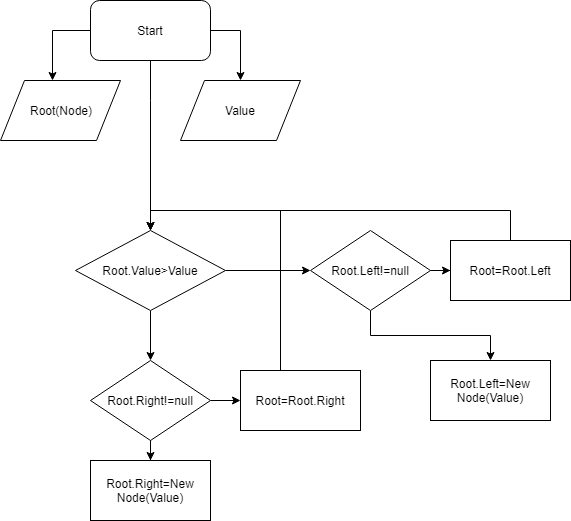
Before: Untitled Diagram.png, a diagram exported from draw.io (dev-null-undefined/Programing). Source tidied: cells renumbered, new cells last; positions are measured from the earlier drawing's top-left corner, leaving out a move shared by most shapes. Its diagram source:
```xml
<mxGraphModel background="#ffffff">
  <root>
    <mxCell id="0" />
    <mxCell id="1" parent="0" />
    <mxCell id="2" style="edgeStyle=orthogonalEdgeStyle;rounded=0;jettySize=auto;html=1;exitX=0;exitY=0.5;exitDx=0;exitDy=0;entryX=0.433;entryY=0;entryDx=0;entryDy=0;entryPerimeter=0;" parent="1" edge="1" source="5" target="6">
      <mxGeometry relative="1" as="geometry" />
    </mxCell>
    <mxCell id="3" style="edgeStyle=orthogonalEdgeStyle;rounded=0;jettySize=auto;html=1;entryX=0.5;entryY=0;entryDx=0;entryDy=0;" parent="1" edge="1" source="5" target="7">
      <mxGeometry relative="1" as="geometry">
        <Array as="points">
          <mxPoint x="240" y="30" />
        </Array>
      </mxGeometry>
    </mxCell>
    <mxCell id="4" style="edgeStyle=orthogonalEdgeStyle;rounded=0;jettySize=auto;html=1;entryX=0.5;entryY=0;entryDx=0;entryDy=0;" parent="1" edge="1" source="5" target="10">
      <mxGeometry relative="1" as="geometry">
        <Array as="points">
          <mxPoint x="150" y="100" />
          <mxPoint x="150" y="100" />
        </Array>
      </mxGeometry>
    </mxCell>
    <mxCell id="5" value="Start" style="rounded=1;whiteSpace=wrap;html=1;" parent="1" vertex="1">
      <mxGeometry x="90" width="120" height="60" as="geometry" />
    </mxCell>
    <mxCell id="6" value="Root(Node)" style="shape=parallelogram;perimeter=parallelogramPerimeter;whiteSpace=wrap;html=1;" parent="1" vertex="1">
      <mxGeometry y="80" width="120" height="60" as="geometry" />
    </mxCell>
    <mxCell id="7" value="Value" style="shape=parallelogram;perimeter=parallelogramPerimeter;whiteSpace=wrap;html=1;" parent="1" vertex="1">
      <mxGeometry x="180" y="80" width="120" height="60" as="geometry" />
    </mxCell>
    <mxCell id="8" style="edgeStyle=orthogonalEdgeStyle;rounded=0;jettySize=auto;html=1;" parent="1" edge="1" source="10" target="13">
      <mxGeometry relative="1" as="geometry" />
    </mxCell>
    <mxCell id="9" style="edgeStyle=orthogonalEdgeStyle;rounded=0;jettySize=auto;html=1;entryX=0.5;entryY=0;entryDx=0;entryDy=0;" parent="1" edge="1" source="10" target="19">
      <mxGeometry relative="1" as="geometry" />
    </mxCell>
    <mxCell id="10" value="Root.Value&amp;gt;Value" style="rhombus;whiteSpace=wrap;html=1;" parent="1" vertex="1">
      <mxGeometry x="75" y="230" width="150" height="80" as="geometry" />
    </mxCell>
    <mxCell id="11" style="edgeStyle=orthogonalEdgeStyle;rounded=0;jettySize=auto;html=1;exitX=1;exitY=0.5;exitDx=0;exitDy=0;" parent="1" edge="1" source="13" target="15">
      <mxGeometry relative="1" as="geometry" />
    </mxCell>
    <mxCell id="12" style="edgeStyle=orthogonalEdgeStyle;rounded=0;jettySize=auto;html=1;exitX=0.5;exitY=1;exitDx=0;exitDy=0;entryX=0.5;entryY=0;entryDx=0;entryDy=0;" parent="1" edge="1" source="13" target="16">
      <mxGeometry relative="1" as="geometry" />
    </mxCell>
    <mxCell id="13" value="Root.Left!=null" style="rhombus;whiteSpace=wrap;html=1;" parent="1" vertex="1">
      <mxGeometry x="310" y="230" width="120" height="80" as="geometry" />
    </mxCell>
    <mxCell id="14" style="edgeStyle=orthogonalEdgeStyle;rounded=0;jettySize=auto;html=1;entryX=0.5;entryY=0;entryDx=0;entryDy=0;" parent="1" edge="1" source="15" target="10">
      <mxGeometry relative="1" as="geometry">
        <Array as="points">
          <mxPoint x="510" y="210" />
          <mxPoint x="150" y="210" />
        </Array>
      </mxGeometry>
    </mxCell>
    <mxCell id="15" value="Root=Root.Left" style="rounded=0;whiteSpace=wrap;html=1;" parent="1" vertex="1">
      <mxGeometry x="450" y="240" width="120" height="60" as="geometry" />
    </mxCell>
    <mxCell id="16" value="Root.Left=New Node(Value)" style="rounded=0;whiteSpace=wrap;html=1;" parent="1" vertex="1">
      <mxGeometry x="430" y="360" width="120" height="60" as="geometry" />
    </mxCell>
    <mxCell id="17" style="edgeStyle=orthogonalEdgeStyle;rounded=0;jettySize=auto;html=1;entryX=0;entryY=0.5;entryDx=0;entryDy=0;" parent="1" edge="1" source="19" target="21">
      <mxGeometry relative="1" as="geometry" />
    </mxCell>
    <mxCell id="18" style="edgeStyle=orthogonalEdgeStyle;rounded=0;jettySize=auto;html=1;" parent="1" edge="1" source="19" target="22">
      <mxGeometry relative="1" as="geometry" />
    </mxCell>
    <mxCell id="19" value="Root.Right!=null" style="rhombus;whiteSpace=wrap;html=1;" parent="1" vertex="1">
      <mxGeometry x="90" y="360" width="120" height="80" as="geometry" />
    </mxCell>
    <mxCell id="20" style="edgeStyle=orthogonalEdgeStyle;rounded=0;jettySize=auto;html=1;entryX=0.5;entryY=0;entryDx=0;entryDy=0;" parent="1" edge="1" source="21" target="10">
      <mxGeometry relative="1" as="geometry">
        <Array as="points">
          <mxPoint x="280" y="210" />
          <mxPoint x="150" y="210" />
        </Array>
      </mxGeometry>
    </mxCell>
    <mxCell id="21" value="Root=Root.Right" style="rounded=0;whiteSpace=wrap;html=1;" parent="1" vertex="1">
      <mxGeometry x="240" y="370" width="120" height="60" as="geometry" />
    </mxCell>
    <mxCell id="22" value="Root.Right=New Node(Value)" style="rounded=0;whiteSpace=wrap;html=1;" parent="1" vertex="1">
      <mxGeometry x="90" y="460" width="120" height="60" as="geometry" />
    </mxCell>
  </root>
</mxGraphModel>
```
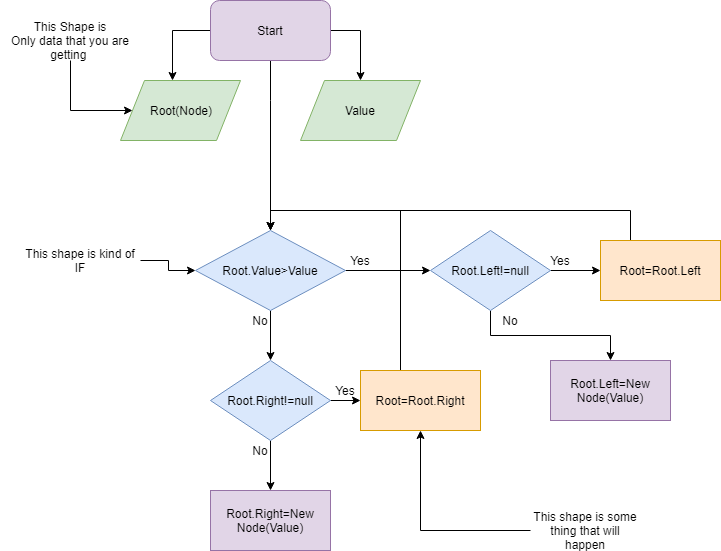
After the commit.

The edit, as a diff of the source:
```diff
@@ -20,13 +20,13 @@
         </Array>
       </mxGeometry>
     </mxCell>
-    <mxCell id="5" value="Start" style="rounded=1;whiteSpace=wrap;html=1;" parent="1" vertex="1">
+    <mxCell id="5" value="Start" style="rounded=1;whiteSpace=wrap;html=1;fillColor=#e1d5e7;strokeColor=#9673a6;" parent="1" vertex="1">
       <mxGeometry x="90" width="120" height="60" as="geometry" />
     </mxCell>
-    <mxCell id="6" value="Root(Node)" style="shape=parallelogram;perimeter=parallelogramPerimeter;whiteSpace=wrap;html=1;" parent="1" vertex="1">
+    <mxCell id="6" value="Root(Node)" style="shape=parallelogram;perimeter=parallelogramPerimeter;whiteSpace=wrap;html=1;fillColor=#d5e8d4;strokeColor=#82b366;" parent="1" vertex="1">
       <mxGeometry y="80" width="120" height="60" as="geometry" />
     </mxCell>
-    <mxCell id="7" value="Value" style="shape=parallelogram;perimeter=parallelogramPerimeter;whiteSpace=wrap;html=1;" parent="1" vertex="1">
+    <mxCell id="7" value="Value" style="shape=parallelogram;perimeter=parallelogramPerimeter;whiteSpace=wrap;html=1;fillColor=#d5e8d4;strokeColor=#82b366;" parent="1" vertex="1">
       <mxGeometry x="180" y="80" width="120" height="60" as="geometry" />
     </mxCell>
     <mxCell id="8" style="edgeStyle=orthogonalEdgeStyle;rounded=0;jettySize=auto;html=1;" parent="1" edge="1" source="10" target="13">
@@ -35,7 +35,7 @@
     <mxCell id="9" style="edgeStyle=orthogonalEdgeStyle;rounded=0;jettySize=auto;html=1;entryX=0.5;entryY=0;entryDx=0;entryDy=0;" parent="1" edge="1" source="10" target="19">
       <mxGeometry relative="1" as="geometry" />
     </mxCell>
-    <mxCell id="10" value="Root.Value&amp;gt;Value" style="rhombus;whiteSpace=wrap;html=1;" parent="1" vertex="1">
+    <mxCell id="10" value="Root.Value&amp;gt;Value" style="rhombus;whiteSpace=wrap;html=1;fillColor=#dae8fc;strokeColor=#6c8ebf;" parent="1" vertex="1">
       <mxGeometry x="75" y="230" width="150" height="80" as="geometry" />
     </mxCell>
     <mxCell id="11" style="edgeStyle=orthogonalEdgeStyle;rounded=0;jettySize=auto;html=1;exitX=1;exitY=0.5;exitDx=0;exitDy=0;" parent="1" edge="1" source="13" target="15">
@@ -44,7 +44,7 @@
     <mxCell id="12" style="edgeStyle=orthogonalEdgeStyle;rounded=0;jettySize=auto;html=1;exitX=0.5;exitY=1;exitDx=0;exitDy=0;entryX=0.5;entryY=0;entryDx=0;entryDy=0;" parent="1" edge="1" source="13" target="16">
       <mxGeometry relative="1" as="geometry" />
     </mxCell>
-    <mxCell id="13" value="Root.Left!=null" style="rhombus;whiteSpace=wrap;html=1;" parent="1" vertex="1">
+    <mxCell id="13" value="Root.Left!=null" style="rhombus;whiteSpace=wrap;html=1;fillColor=#dae8fc;strokeColor=#6c8ebf;" parent="1" vertex="1">
       <mxGeometry x="310" y="230" width="120" height="80" as="geometry" />
     </mxCell>
     <mxCell id="14" style="edgeStyle=orthogonalEdgeStyle;rounded=0;jettySize=auto;html=1;entryX=0.5;entryY=0;entryDx=0;entryDy=0;" parent="1" edge="1" source="15" target="10">
@@ -55,10 +55,10 @@
         </Array>
       </mxGeometry>
     </mxCell>
-    <mxCell id="15" value="Root=Root.Left" style="rounded=0;whiteSpace=wrap;html=1;" parent="1" vertex="1">
-      <mxGeometry x="450" y="240" width="120" height="60" as="geometry" />
+    <mxCell id="15" value="Root=Root.Left" style="rounded=0;whiteSpace=wrap;html=1;fillColor=#ffe6cc;strokeColor=#d79b00;" parent="1" vertex="1">
+      <mxGeometry x="480" y="240" width="120" height="60" as="geometry" />
     </mxCell>
-    <mxCell id="16" value="Root.Left=New Node(Value)" style="rounded=0;whiteSpace=wrap;html=1;" parent="1" vertex="1">
+    <mxCell id="16" value="Root.Left=New Node(Value)" style="rounded=0;whiteSpace=wrap;html=1;fillColor=#e1d5e7;strokeColor=#9673a6;" parent="1" vertex="1">
       <mxGeometry x="430" y="360" width="120" height="60" as="geometry" />
     </mxCell>
     <mxCell id="17" style="edgeStyle=orthogonalEdgeStyle;rounded=0;jettySize=auto;html=1;entryX=0;entryY=0.5;entryDx=0;entryDy=0;" parent="1" edge="1" source="19" target="21">
@@ -67,7 +67,7 @@
     <mxCell id="18" style="edgeStyle=orthogonalEdgeStyle;rounded=0;jettySize=auto;html=1;" parent="1" edge="1" source="19" target="22">
       <mxGeometry relative="1" as="geometry" />
     </mxCell>
-    <mxCell id="19" value="Root.Right!=null" style="rhombus;whiteSpace=wrap;html=1;" parent="1" vertex="1">
+    <mxCell id="19" value="Root.Right!=null" style="rhombus;whiteSpace=wrap;html=1;fillColor=#dae8fc;strokeColor=#6c8ebf;" parent="1" vertex="1">
       <mxGeometry x="90" y="360" width="120" height="80" as="geometry" />
     </mxCell>
     <mxCell id="20" style="edgeStyle=orthogonalEdgeStyle;rounded=0;jettySize=auto;html=1;entryX=0.5;entryY=0;entryDx=0;entryDy=0;" parent="1" edge="1" source="21" target="10">
@@ -78,11 +78,51 @@
         </Array>
       </mxGeometry>
     </mxCell>
-    <mxCell id="21" value="Root=Root.Right" style="rounded=0;whiteSpace=wrap;html=1;" parent="1" vertex="1">
+    <mxCell id="21" value="Root=Root.Right" style="rounded=0;whiteSpace=wrap;html=1;fillColor=#ffe6cc;strokeColor=#d79b00;" parent="1" vertex="1">
       <mxGeometry x="240" y="370" width="120" height="60" as="geometry" />
     </mxCell>
-    <mxCell id="22" value="Root.Right=New Node(Value)" style="rounded=0;whiteSpace=wrap;html=1;" parent="1" vertex="1">
-      <mxGeometry x="90" y="460" width="120" height="60" as="geometry" />
+    <mxCell id="22" value="Root.Right=New Node(Value)" style="rounded=0;whiteSpace=wrap;html=1;fillColor=#e1d5e7;strokeColor=#9673a6;" parent="1" vertex="1">
+      <mxGeometry x="90" y="490" width="120" height="60" as="geometry" />
     </mxCell>
+    <mxCell id="23" value="Yes&lt;br&gt;" style="text;html=1;strokeColor=none;fillColor=none;align=center;verticalAlign=middle;whiteSpace=wrap;rounded=0;" parent="1" vertex="1">
+      <mxGeometry x="220" y="250" width="40" height="20" as="geometry" />
+    </mxCell>
+    <mxCell id="24" value="No&lt;br&gt;" style="text;html=1;strokeColor=none;fillColor=none;align=center;verticalAlign=middle;whiteSpace=wrap;rounded=0;" parent="1" vertex="1">
+      <mxGeometry x="120" y="310" width="40" height="20" as="geometry" />
+    </mxCell>
+    <mxCell id="25" value="Yes&lt;br&gt;" style="text;html=1;strokeColor=none;fillColor=none;align=center;verticalAlign=middle;whiteSpace=wrap;rounded=0;" parent="1" vertex="1">
+      <mxGeometry x="205" y="380" width="40" height="20" as="geometry" />
+    </mxCell>
+    <mxCell id="26" value="No&lt;br&gt;" style="text;html=1;strokeColor=none;fillColor=none;align=center;verticalAlign=middle;whiteSpace=wrap;rounded=0;" parent="1" vertex="1">
+      <mxGeometry x="120" y="440" width="40" height="20" as="geometry" />
+    </mxCell>
+    <mxCell id="27" value="Yes&lt;br&gt;" style="text;html=1;strokeColor=none;fillColor=none;align=center;verticalAlign=middle;whiteSpace=wrap;rounded=0;" parent="1" vertex="1">
+      <mxGeometry x="420" y="250" width="40" height="20" as="geometry" />
+    </mxCell>
+    <mxCell id="28" value="No&lt;br&gt;" style="text;html=1;strokeColor=none;fillColor=none;align=center;verticalAlign=middle;whiteSpace=wrap;rounded=0;" parent="1" vertex="1">
+      <mxGeometry x="370" y="310" width="40" height="20" as="geometry" />
+    </mxCell>
+    <mxCell id="29" style="edgeStyle=orthogonalEdgeStyle;rounded=0;jettySize=auto;html=1;entryX=0;entryY=0.5;entryDx=0;entryDy=0;" parent="1" edge="1" source="30" target="6">
+      <mxGeometry relative="1" as="geometry">
+        <Array as="points">
+          <mxPoint x="-50" y="110" />
+        </Array>
+      </mxGeometry>
+    </mxCell>
+    <mxCell id="30" value="This Shape is&lt;br&gt;Only data that you are getting&amp;nbsp;" style="text;html=1;strokeColor=none;fillColor=none;align=center;verticalAlign=middle;whiteSpace=wrap;rounded=0;" parent="1" vertex="1">
+      <mxGeometry x="-120" y="20" width="140" height="40" as="geometry" />
+    </mxCell>
+    <mxCell id="31" style="edgeStyle=orthogonalEdgeStyle;rounded=0;jettySize=auto;html=1;entryX=0;entryY=0.5;entryDx=0;entryDy=0;" parent="1" edge="1" source="32" target="10">
+      <mxGeometry relative="1" as="geometry" />
+    </mxCell>
+    <mxCell id="32" value="This shape is kind of IF" style="text;html=1;strokeColor=none;fillColor=none;align=center;verticalAlign=middle;whiteSpace=wrap;rounded=0;" parent="1" vertex="1">
+      <mxGeometry x="-100" y="250" width="120" height="20" as="geometry" />
+    </mxCell>
+    <mxCell id="33" style="edgeStyle=orthogonalEdgeStyle;rounded=0;jettySize=auto;html=1;entryX=0.5;entryY=1;entryDx=0;entryDy=0;" parent="1" edge="1" source="34" target="21">
+      <mxGeometry relative="1" as="geometry" />
+    </mxCell>
+    <mxCell id="34" value="This shape is some thing that will happen" style="text;html=1;strokeColor=none;fillColor=none;align=center;verticalAlign=middle;whiteSpace=wrap;rounded=0;" parent="1" vertex="1">
+      <mxGeometry x="410" y="520" width="110" height="20" as="geometry" />
+    </mxCell>
   </root>
 </mxGraphModel>
```
